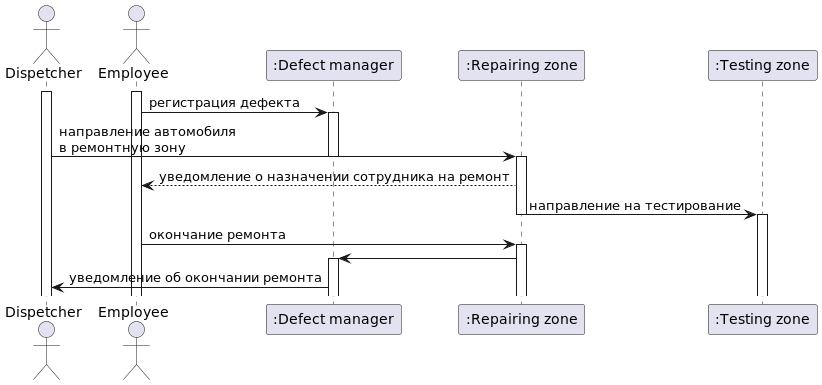
Earlier version of the PlantUML export docs/seuence.png (capitanFlint129/software-design-classwork). Source of this version:
```plantuml
@startuml



actor Dispetcher
actor Employee
participant ":Defect manager"
participant ":Repairing zone"
participant ":Testing zone"

activate Employee
activate Dispetcher

Employee ->  ":Defect manager" : регистрация дефекта
activate ":Defect manager"
Dispetcher -> ":Repairing zone" : направление автомобиля\nв ремонтную зону
deactivate ":Defect manager"
activate ":Repairing zone"
":Repairing zone" --> Employee : уведомление о назначении сотрудника на ремонт
":Repairing zone" -> ":Testing zone" : направление на тестирование
deactivate ":Repairing zone"
activate ":Testing zone"
deactivate ":Testing zone"

Employee -> ":Repairing zone" : окончание ремонта
activate ":Repairing zone"
":Repairing zone" -> ":Defect manager"
activate ":Defect manager"
":Defect manager" -> Dispetcher : уведомление об окончании ремонта









@enduml
```
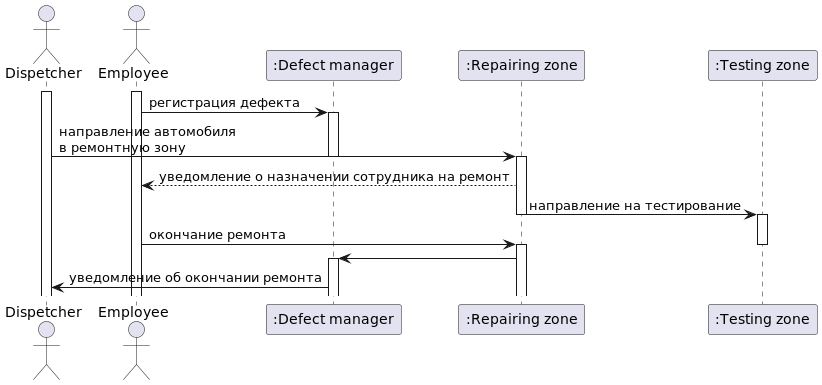
Above is the later version.

The edit, as a diff of the source:
```diff
@@ -20,9 +20,9 @@
 ":Repairing zone" -> ":Testing zone" : направление на тестирование
 deactivate ":Repairing zone"
 activate ":Testing zone"
-deactivate ":Testing zone"
 
 Employee -> ":Repairing zone" : окончание ремонта
+deactivate ":Testing zone"
 activate ":Repairing zone"
 ":Repairing zone" -> ":Defect manager"
 activate ":Defect manager"
```
